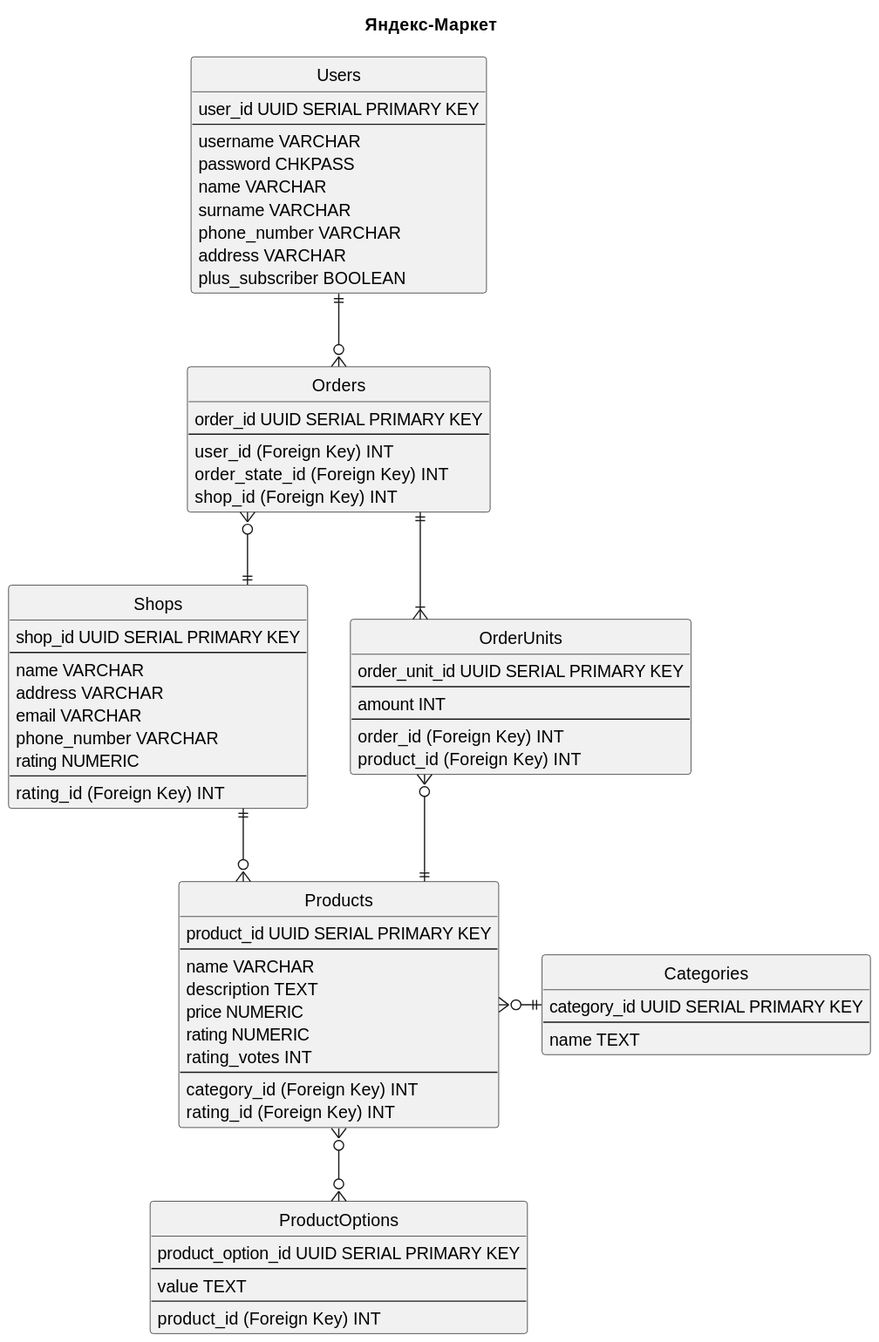
Earlier version of the PlantUML export images/Lab-1.svg (Telecaster525/DB-Design-ITMO).
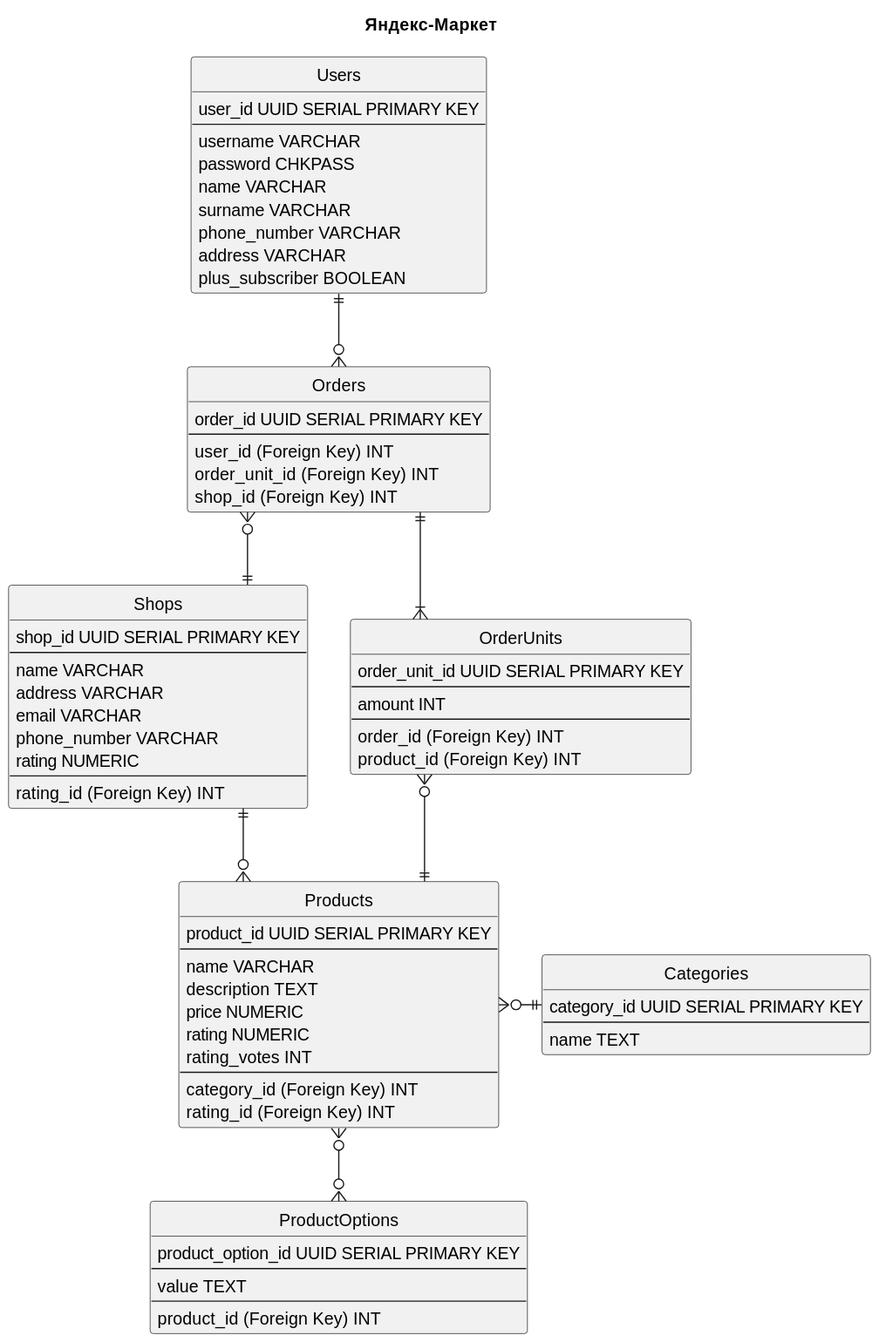
Later version of the same file.

The edit, as a diff of the source:
```diff
@@ -20,7 +20,7 @@
     order_id UUID SERIAL PRIMARY KEY
     --
     user_id (Foreign Key) INT
-    order_state_id (Foreign Key) INT
+    order_unit_id (Foreign Key) INT
     shop_id (Foreign Key) INT
 }
 
```
